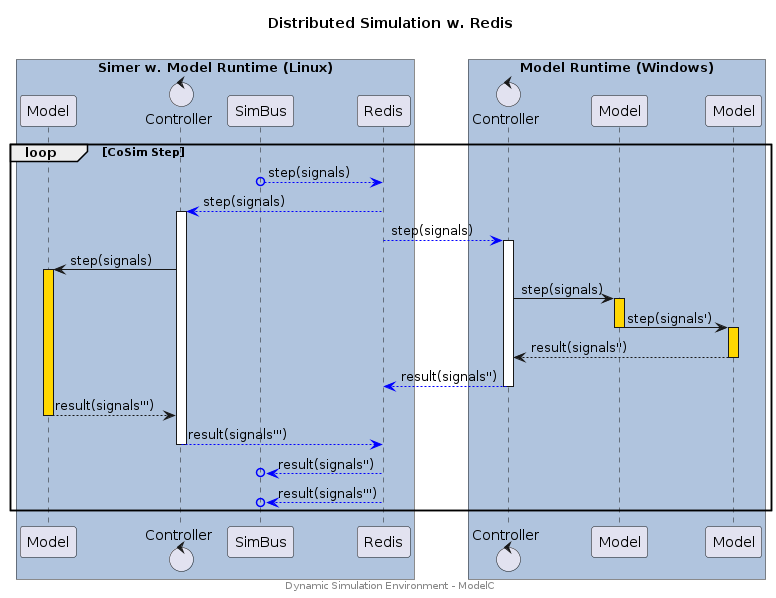
The PlantUML diagram docs/arch/topology/topology-distributed-redis.png in boschglobal/dse.doc, before a commit. The source it was exported from:
```plantuml
@startuml topology-distributed-redis

title "Distributed Simulation w. Redis\n"

box "Simer w. Model Runtime (Linux)" #LightSteelBlue
participant Model as m0
control Controller as c0

participant SimBus as s
participant Redis as r
end box

box "Model Runtime (Windows)" #LightSteelBlue
control Controller as c1
participant Model as m1
participant Model as m2
end box

loop CoSim Step

s o-[#Blue]-> r : step(signals)
r -[#Blue]-> c0 : step(signals)
activate c0
r -[#Blue]-> c1 : step(signals)
activate c1

c0 -> m0 : step(signals)
activate m0 #gold
c1 -> m1 : step(signals)

activate m1 #gold
m1 -> m2 : step(signals')
deactivate m1
activate m2 #gold
m2 --> c1 : result(signals'')
deactivate m2
c1 -[#Blue]-> r : result(signals'')
deactivate c1

m0 --> c0 : result(signals''')
deactivate m0
c0 -[#Blue]-> r : result(signals''')
deactivate c0
r -[#Blue]->o s : result(signals'')
r -[#Blue]->o s : result(signals''')


end

center footer Dynamic Simulation Environment - ModelC

@enduml
```
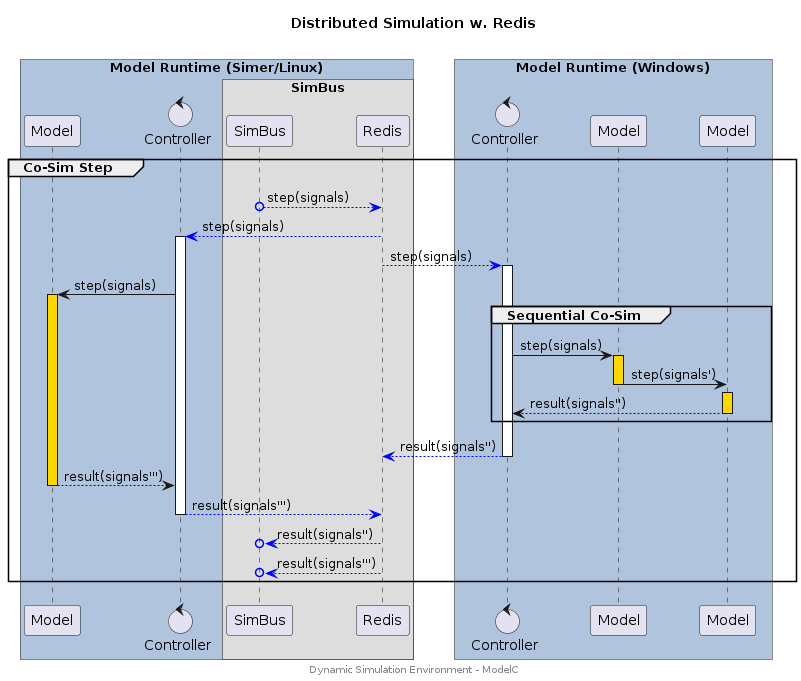
After the commit.

Change to the diagram source:
```diff
@@ -1,13 +1,15 @@
 @startuml topology-distributed-redis
+!pragma teoz true
 
 title "Distributed Simulation w. Redis\n"
 
-box "Simer w. Model Runtime (Linux)" #LightSteelBlue
+box "Model Runtime (Simer/Linux)" #LightSteelBlue
 participant Model as m0
 control Controller as c0
-
+box "SimBus"
 participant SimBus as s
 participant Redis as r
+end box
 end box
 
 box "Model Runtime (Windows)" #LightSteelBlue
@@ -16,7 +18,7 @@
 participant Model as m2
 end box
 
-loop CoSim Step
+group Co-Sim Step
 
 s o-[#Blue]-> r : step(signals)
 r -[#Blue]-> c0 : step(signals)
@@ -26,14 +28,17 @@
 
 c0 -> m0 : step(signals)
 activate m0 #gold
+
+group Sequential Co-Sim
 c1 -> m1 : step(signals)
-
 activate m1 #gold
 m1 -> m2 : step(signals')
 deactivate m1
 activate m2 #gold
 m2 --> c1 : result(signals'')
 deactivate m2
+end
+
 c1 -[#Blue]-> r : result(signals'')
 deactivate c1
 
```
